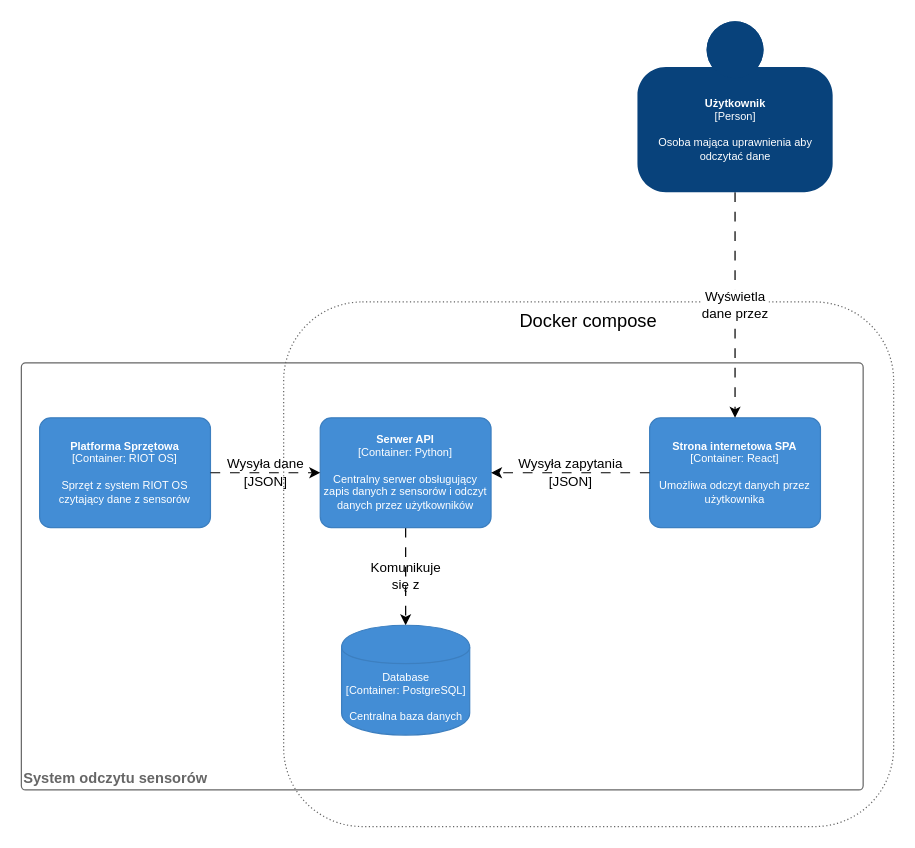
Above: page "Seriws odczytu sensorów" (2 of 5) of docs/architecture/c4-pzsp2.drawio in sysy-inc/pzsp2-24z (draw.io), before the change. Source tidied: cells renumbered, new cells numbered last; positions are measured from the earlier drawing's top-left corner, leaving out a move shared by most shapes. Both pictures are drawn from the tidied source at 122%, with x=0, y=0 at pixel (21, 21).
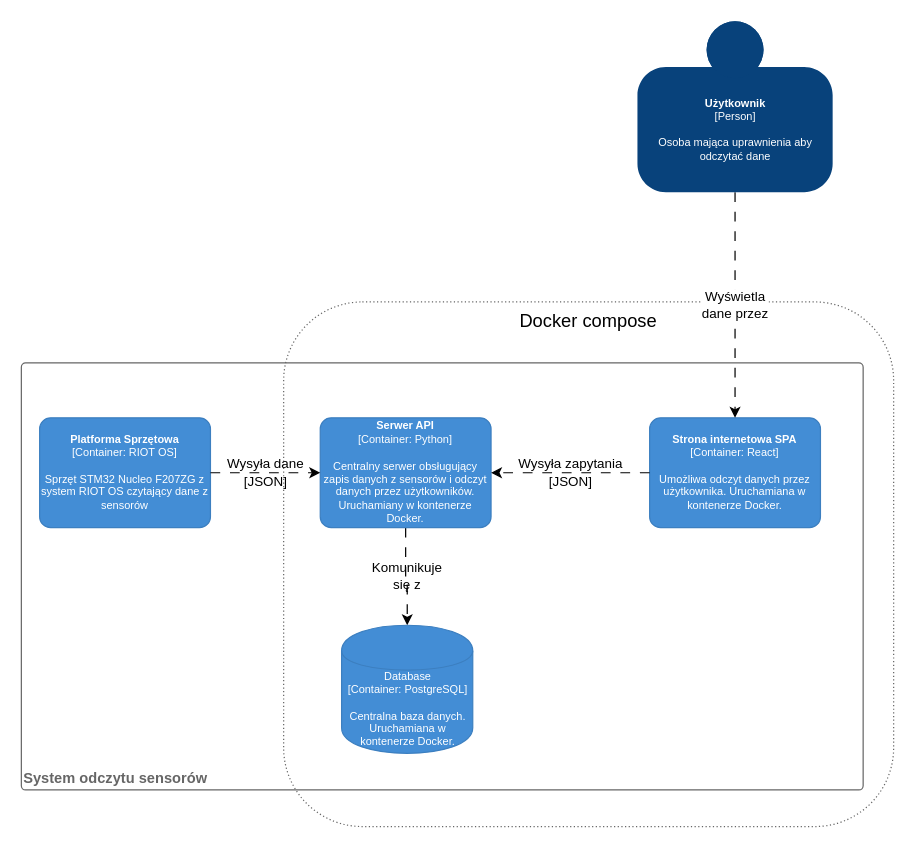
The same page after the edit.

Diff of the diagram source:
```diff
@@
 <mxGraphModel>
   <root>
     <mxCell id="0" />
     <mxCell id="1" parent="0" />
     <mxCell id="2" value="&lt;div style=&quot;text-align: left&quot;&gt;&lt;b style=&quot;background-color: initial;&quot;&gt;System odczytu sensorów&lt;/b&gt;&lt;/div&gt;" style="rounded=1;whiteSpace=wrap;html=1;labelBackgroundColor=none;fillColor=#ffffff;align=left;arcSize=1;verticalAlign=bottom;strokeColor=#666666;fontColor=#666666;" parent="1" vertex="1">
       <mxGeometry y="280" width="690" height="350" as="geometry" />
     </mxCell>
     <mxCell id="3" style="rounded=1;whiteSpace=wrap;html=1;fillColor=none;strokeColor=#666666;dashed=1;dashPattern=1 2;fontColor=#666666;" parent="1" vertex="1">
       <mxGeometry x="215" y="230" width="500" height="430" as="geometry" />
     </mxCell>
-    <object id="4" label="&lt;b style=&quot;font-size: 9px;&quot;&gt;%c4Name%&lt;/b&gt;&lt;div style=&quot;font-size: 9px;&quot;&gt;[%c4Type%: %c4Technology%]&lt;/div&gt;&lt;br style=&quot;font-size: 9px;&quot;&gt;&lt;div style=&quot;font-size: 9px;&quot;&gt;%c4Description%&lt;/div&gt;" c4Description="Sprzęt z system RIOT OS czytający dane z sensorów" c4Name="Platforma Sprzętowa" c4Technology="RIOT OS" c4Type="Container" placeholders="1">
+    <object id="4" label="&lt;b style=&quot;font-size: 9px;&quot;&gt;%c4Name%&lt;/b&gt;&lt;div style=&quot;font-size: 9px;&quot;&gt;[%c4Type%: %c4Technology%]&lt;/div&gt;&lt;br style=&quot;font-size: 9px;&quot;&gt;&lt;div style=&quot;font-size: 9px;&quot;&gt;%c4Description%&lt;/div&gt;" c4Description="Sprzęt STM32 Nucleo F207ZG z system RIOT OS czytający dane z sensorów" c4Name="Platforma Sprzętowa" c4Technology="RIOT OS" c4Type="Container" placeholders="1">
       <mxCell style="rounded=1;whiteSpace=wrap;html=1;labelBackgroundColor=none;fillColor=#438DD5;fontColor=#ffffff;align=center;arcSize=10;strokeColor=#3C7FC0;metaData={&quot;c4Type&quot;:{&quot;editable&quot;:false}};points=[[0.25,0,0],[0.5,0,0],[0.75,0,0],[1,0.25,0],[1,0.5,0],[1,0.75,0],[0.75,1,0],[0.5,1,0],[0.25,1,0],[0,0.75,0],[0,0.5,0],[0,0.25,0]];fontSize=9;" parent="1" vertex="1">
         <mxGeometry x="15" y="325" width="140" height="90" as="geometry" />
       </mxCell>
     </object>
     <mxCell id="5" value="Komunikuje&lt;div&gt;się z&lt;/div&gt;" style="edgeStyle=orthogonalEdgeStyle;rounded=0;jettySize=auto;html=1;labelBackgroundColor=none;dashed=1;dashPattern=8 8;" parent="1" edge="1" source="6" target="7">
       <mxGeometry relative="1" as="geometry" />
     </mxCell>
-    <object id="6" label="&lt;b style=&quot;font-size: 9px;&quot;&gt;%c4Name%&lt;/b&gt;&lt;div style=&quot;font-size: 9px;&quot;&gt;[%c4Type%: %c4Technology%]&lt;/div&gt;&lt;br style=&quot;font-size: 9px;&quot;&gt;&lt;div style=&quot;font-size: 9px;&quot;&gt;%c4Description%&lt;/div&gt;" c4Description="Centralny serwer obsługujący zapis danych z sensorów i odczyt danych przez użytkowników" c4Name="Serwer API" c4Technology="Python" c4Type="Container" placeholders="1">
+    <object id="6" label="&lt;b style=&quot;font-size: 9px;&quot;&gt;%c4Name%&lt;/b&gt;&lt;div style=&quot;font-size: 9px;&quot;&gt;[%c4Type%: %c4Technology%]&lt;/div&gt;&lt;br style=&quot;font-size: 9px;&quot;&gt;&lt;div style=&quot;font-size: 9px;&quot;&gt;%c4Description%&lt;/div&gt;" c4Description="Centralny serwer obsługujący zapis danych z sensorów i odczyt danych przez użytkowników. Uruchamiany w kontenerze Docker." c4Name="Serwer API" c4Technology="Python" c4Type="Container" placeholders="1">
       <mxCell style="rounded=1;whiteSpace=wrap;html=1;labelBackgroundColor=none;fillColor=#438DD5;fontColor=#ffffff;align=center;arcSize=10;strokeColor=#3C7FC0;metaData={&quot;c4Type&quot;:{&quot;editable&quot;:false}};points=[[0.25,0,0],[0.5,0,0],[0.75,0,0],[1,0.25,0],[1,0.5,0],[1,0.75,0],[0.75,1,0],[0.5,1,0],[0.25,1,0],[0,0.75,0],[0,0.5,0],[0,0.25,0]];fontSize=9;" parent="1" vertex="1">
         <mxGeometry x="245" y="325" width="140" height="90" as="geometry" />
       </mxCell>
     </object>
-    <object id="7" label="%c4Type%&lt;div style=&quot;font-size: 9px;&quot;&gt;[Container:&amp;nbsp;%c4Technology%]&lt;/div&gt;&lt;br style=&quot;font-size: 9px;&quot;&gt;&lt;div style=&quot;font-size: 9px;&quot;&gt;%c4Description%&lt;/div&gt;" c4Description="Centralna baza danych" c4Technology="PostgreSQL" c4Type="Database" placeholders="1">
+    <object id="7" label="%c4Type%&lt;div style=&quot;font-size: 9px;&quot;&gt;[Container:&amp;nbsp;%c4Technology%]&lt;/div&gt;&lt;br style=&quot;font-size: 9px;&quot;&gt;&lt;div style=&quot;font-size: 9px;&quot;&gt;%c4Description%&lt;/div&gt;" c4Description="Centralna baza danych. Uruchamiana w kontenerze Docker." c4Technology="PostgreSQL" c4Type="Database" placeholders="1">
       <mxCell style="shape=cylinder;whiteSpace=wrap;html=1;boundedLbl=1;rounded=0;labelBackgroundColor=none;fillColor=#438DD5;fontSize=9;fontColor=#ffffff;align=center;strokeColor=#3C7FC0;points=[[0.5,0,0],[1,0.25,0],[1,0.5,0],[1,0.75,0],[0.5,1,0],[0,0.75,0],[0,0.5,0],[0,0.25,0]];metaData={&quot;c4Type&quot;:{&quot;editable&quot;:false}};" parent="1" vertex="1">
-        <mxGeometry x="262.5" y="495" width="105" height="90" as="geometry" />
+        <mxGeometry x="262.5" y="495" width="107.5" height="105" as="geometry" />
       </mxCell>
     </object>
-    <object id="8" label="&lt;b style=&quot;font-size: 9px;&quot;&gt;%c4Name%&lt;/b&gt;&lt;div style=&quot;font-size: 9px;&quot;&gt;[%c4Type%: %c4Technology%]&lt;/div&gt;&lt;br style=&quot;font-size: 9px;&quot;&gt;&lt;div style=&quot;font-size: 9px;&quot;&gt;%c4Description%&lt;/div&gt;" c4Description="Umożliwa odczyt danych przez użytkownika" c4Name="Strona internetowa SPA" c4Technology="React" c4Type="Container" placeholders="1">
+    <object id="8" label="&lt;b style=&quot;font-size: 9px;&quot;&gt;%c4Name%&lt;/b&gt;&lt;div style=&quot;font-size: 9px;&quot;&gt;[%c4Type%: %c4Technology%]&lt;/div&gt;&lt;br style=&quot;font-size: 9px;&quot;&gt;&lt;div style=&quot;font-size: 9px;&quot;&gt;%c4Description%&lt;/div&gt;" c4Description="Umożliwa odczyt danych przez użytkownika. Uruchamiana w kontenerze Docker." c4Name="Strona internetowa SPA" c4Technology="React" c4Type="Container" placeholders="1">
       <mxCell style="rounded=1;whiteSpace=wrap;html=1;labelBackgroundColor=none;fillColor=#438DD5;fontColor=#ffffff;align=center;arcSize=10;strokeColor=#3C7FC0;metaData={&quot;c4Type&quot;:{&quot;editable&quot;:false}};points=[[0.25,0,0],[0.5,0,0],[0.75,0,0],[1,0.25,0],[1,0.5,0],[1,0.75,0],[0.75,1,0],[0.5,1,0],[0.25,1,0],[0,0.75,0],[0,0.5,0],[0,0.25,0]];fontSize=9;" parent="1" vertex="1">
         <mxGeometry x="515" y="325" width="140" height="90" as="geometry" />
       </mxCell>
     </object>
     <mxCell id="9" value="Wysyła zapytania&lt;div&gt;[JSON]&lt;/div&gt;" style="edgeStyle=orthogonalEdgeStyle;rounded=0;jettySize=auto;html=1;entryX=1;entryY=0.5;entryDx=0;entryDy=0;entryPerimeter=0;labelBackgroundColor=none;dashed=1;dashPattern=8 8;" parent="1" edge="1" source="8" target="6">
       <mxGeometry relative="1" as="geometry" />
     </mxCell>
     <mxCell id="10" value="Wysyła dane&lt;div&gt;[JSON]&lt;/div&gt;" style="edgeStyle=orthogonalEdgeStyle;rounded=0;jettySize=auto;html=1;entryX=0;entryY=0.5;entryDx=0;entryDy=0;entryPerimeter=0;labelBackgroundColor=none;dashed=1;dashPattern=8 8;" parent="1" edge="1" source="4" target="6">
       <mxGeometry relative="1" as="geometry" />
     </mxCell>
     <mxCell id="11" value="Docker compose" style="text;html=1;align=center;verticalAlign=middle;whiteSpace=wrap;rounded=0;fontSize=15;" parent="1" vertex="1">
       <mxGeometry x="335" y="230" width="260" height="30" as="geometry" />
     </mxCell>
     <mxCell id="12" value="Wyświetla&lt;div&gt;dane przez&lt;/div&gt;" style="edgeStyle=orthogonalEdgeStyle;rounded=0;jettySize=auto;html=1;entryX=0.5;entryY=0;entryDx=0;entryDy=0;entryPerimeter=0;dashed=1;dashPattern=8 8;" parent="1" edge="1" source="13" target="8">
       <mxGeometry relative="1" as="geometry" />
     </mxCell>
     <object id="13" label="&lt;b style=&quot;font-size: 9px;&quot;&gt;%c4Name%&lt;/b&gt;&lt;div style=&quot;font-size: 9px;&quot;&gt;[%c4Type%]&lt;/div&gt;&lt;br style=&quot;font-size: 9px;&quot;&gt;&lt;div style=&quot;font-size: 9px;&quot;&gt;%c4Description%&lt;/div&gt;" c4Description="Osoba mająca uprawnienia aby&#10;odczytać dane" c4Name="Użytkownik" c4Type="Person" placeholders="1">
       <mxCell style="html=1;dashed=0;whitespace=wrap;fillColor=#08427b;strokeColor=none;fontColor=#ffffff;shape=mxgraph.c4.person;align=center;points=[[0.5,0,0],[1,0.5,0],[1,0.75,0],[0.75,1,0],[0.5,1,0],[0.25,1,0],[0,0.75,0],[0,0.5,0]];metaData={&quot;c4Type&quot;:{&quot;editable&quot;:false}};fontSize=9;" parent="1" vertex="1">
         <mxGeometry x="505" width="160" height="140" as="geometry" />
       </mxCell>
     </object>
   </root>
 </mxGraphModel>
```
